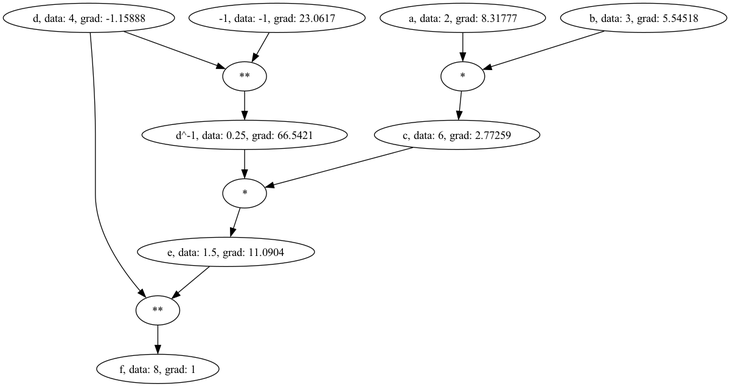
The Graphviz diagram graphs/graph_double3.png in jeffreywolberg/microgradCpp, before a commit. Its source is kept beside it as graphs/graph_double3.dot.
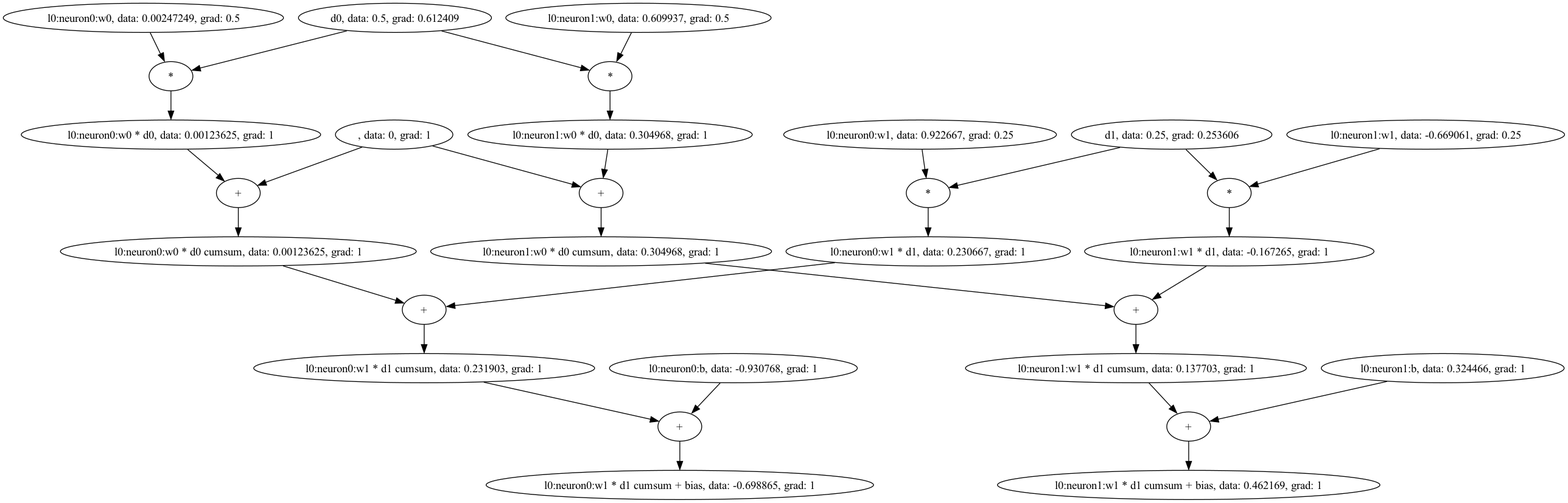
The same file after the commit.

Commit message:
Neuron and Layer full implemented, visualization working

What changed in the source:
```diff
@@ -1,27 +1,65 @@
 digraph DAG {
-    "d, data: 4, grad: -1.15888";
-    "a, data: 2, grad: 8.31777";
-    "b, data: 3, grad: 5.54518";
-    "c, data: 6, grad: 2.77259";
-    "c:*" [label="*"];
-    "-1, data: -1, grad: 23.0617";
-    "d^-1, data: 0.25, grad: 66.5421";
-    "d^-1:**" [label="**"];
-    "e, data: 1.5, grad: 11.0904";
-    "e:*" [label="*"];
-    "f, data: 8, grad: 1";
-    "f:**" [label="**"];
+    ", data: 0, grad: 1";
+    "l0:neuron0:w0, data: 0.00247249, grad: 0.5";
+    "d0, data: 0.5, grad: 0.612409";
+    "l0:neuron0:w0 * d0, data: 0.00123625, grad: 1";
+    "l0:neuron0:w0 * d0:*" [label="*"];
+    "l0:neuron0:w0 * d0 cumsum, data: 0.00123625, grad: 1";
+    "l0:neuron0:w0 * d0 cumsum:+" [label="+"];
+    "l0:neuron0:w1, data: 0.922667, grad: 0.25";
+    "d1, data: 0.25, grad: 0.253606";
+    "l0:neuron0:w1 * d1, data: 0.230667, grad: 1";
+    "l0:neuron0:w1 * d1:*" [label="*"];
+    "l0:neuron0:w1 * d1 cumsum, data: 0.231903, grad: 1";
+    "l0:neuron0:w1 * d1 cumsum:+" [label="+"];
+    "l0:neuron0:b, data: -0.930768, grad: 1";
+    "l0:neuron0:w1 * d1 cumsum + bias, data: -0.698865, grad: 1";
+    "l0:neuron0:w1 * d1 cumsum + bias:+" [label="+"];
+    ", data: 0, grad: 1";
+    "l0:neuron1:w0, data: 0.609937, grad: 0.5";
+    "d0, data: 0.5, grad: 0.612409";
+    "l0:neuron1:w0 * d0, data: 0.304968, grad: 1";
+    "l0:neuron1:w0 * d0:*" [label="*"];
+    "l0:neuron1:w0 * d0 cumsum, data: 0.304968, grad: 1";
+    "l0:neuron1:w0 * d0 cumsum:+" [label="+"];
+    "l0:neuron1:w1, data: -0.669061, grad: 0.25";
+    "d1, data: 0.25, grad: 0.253606";
+    "l0:neuron1:w1 * d1, data: -0.167265, grad: 1";
+    "l0:neuron1:w1 * d1:*" [label="*"];
+    "l0:neuron1:w1 * d1 cumsum, data: 0.137703, grad: 1";
+    "l0:neuron1:w1 * d1 cumsum:+" [label="+"];
+    "l0:neuron1:b, data: 0.324466, grad: 1";
+    "l0:neuron1:w1 * d1 cumsum + bias, data: 0.462169, grad: 1";
+    "l0:neuron1:w1 * d1 cumsum + bias:+" [label="+"];
 
-    "d, data: 4, grad: -1.15888" -> "f:**";
-    "a, data: 2, grad: 8.31777" -> "c:*";
-    "b, data: 3, grad: 5.54518" -> "c:*";
-    "c:*" -> "c, data: 6, grad: 2.77259";
-    "c, data: 6, grad: 2.77259" -> "e:*";
-    "d, data: 4, grad: -1.15888" -> "d^-1:**";
-    "-1, data: -1, grad: 23.0617" -> "d^-1:**";
-    "d^-1:**" -> "d^-1, data: 0.25, grad: 66.5421";
-    "d^-1, data: 0.25, grad: 66.5421" -> "e:*";
-    "e:*" -> "e, data: 1.5, grad: 11.0904";
-    "e, data: 1.5, grad: 11.0904" -> "f:**";
-    "f:**" -> "f, data: 8, grad: 1";
+    ", data: 0, grad: 1" -> "l0:neuron0:w0 * d0 cumsum:+";
+    "l0:neuron0:w0, data: 0.00247249, grad: 0.5" -> "l0:neuron0:w0 * d0:*";
+    "d0, data: 0.5, grad: 0.612409" -> "l0:neuron0:w0 * d0:*";
+    "l0:neuron0:w0 * d0:*" -> "l0:neuron0:w0 * d0, data: 0.00123625, grad: 1";
+    "l0:neuron0:w0 * d0, data: 0.00123625, grad: 1" -> "l0:neuron0:w0 * d0 cumsum:+";
+    "l0:neuron0:w0 * d0 cumsum:+" -> "l0:neuron0:w0 * d0 cumsum, data: 0.00123625, grad: 1";
+    "l0:neuron0:w0 * d0 cumsum, data: 0.00123625, grad: 1" -> "l0:neuron0:w1 * d1 cumsum:+";
+    "l0:neuron0:w1, data: 0.922667, grad: 0.25" -> "l0:neuron0:w1 * d1:*";
+    "d1, data: 0.25, grad: 0.253606" -> "l0:neuron0:w1 * d1:*";
+    "l0:neuron0:w1 * d1:*" -> "l0:neuron0:w1 * d1, data: 0.230667, grad: 1";
+    "l0:neuron0:w1 * d1, data: 0.230667, grad: 1" -> "l0:neuron0:w1 * d1 cumsum:+";
+    "l0:neuron0:w1 * d1 cumsum:+" -> "l0:neuron0:w1 * d1 cumsum, data: 0.231903, grad: 1";
+    "l0:neuron0:w1 * d1 cumsum, data: 0.231903, grad: 1" -> "l0:neuron0:w1 * d1 cumsum + bias:+";
+    "l0:neuron0:b, data: -0.930768, grad: 1" -> "l0:neuron0:w1 * d1 cumsum + bias:+";
+    "l0:neuron0:w1 * d1 cumsum + bias:+" -> "l0:neuron0:w1 * d1 cumsum + bias, data: -0.698865, grad: 1";
+    ", data: 0, grad: 1" -> "l0:neuron1:w0 * d0 cumsum:+";
+    "l0:neuron1:w0, data: 0.609937, grad: 0.5" -> "l0:neuron1:w0 * d0:*";
+    "d0, data: 0.5, grad: 0.612409" -> "l0:neuron1:w0 * d0:*";
+    "l0:neuron1:w0 * d0:*" -> "l0:neuron1:w0 * d0, data: 0.304968, grad: 1";
+    "l0:neuron1:w0 * d0, data: 0.304968, grad: 1" -> "l0:neuron1:w0 * d0 cumsum:+";
+    "l0:neuron1:w0 * d0 cumsum:+" -> "l0:neuron1:w0 * d0 cumsum, data: 0.304968, grad: 1";
+    "l0:neuron1:w0 * d0 cumsum, data: 0.304968, grad: 1" -> "l0:neuron1:w1 * d1 cumsum:+";
+    "l0:neuron1:w1, data: -0.669061, grad: 0.25" -> "l0:neuron1:w1 * d1:*";
+    "d1, data: 0.25, grad: 0.253606" -> "l0:neuron1:w1 * d1:*";
+    "l0:neuron1:w1 * d1:*" -> "l0:neuron1:w1 * d1, data: -0.167265, grad: 1";
+    "l0:neuron1:w1 * d1, data: -0.167265, grad: 1" -> "l0:neuron1:w1 * d1 cumsum:+";
+    "l0:neuron1:w1 * d1 cumsum:+" -> "l0:neuron1:w1 * d1 cumsum, data: 0.137703, grad: 1";
+    "l0:neuron1:w1 * d1 cumsum, data: 0.137703, grad: 1" -> "l0:neuron1:w1 * d1 cumsum + bias:+";
+    "l0:neuron1:b, data: 0.324466, grad: 1" -> "l0:neuron1:w1 * d1 cumsum + bias:+";
+    "l0:neuron1:w1 * d1 cumsum + bias:+" -> "l0:neuron1:w1 * d1 cumsum + bias, data: 0.462169, grad: 1";
 }
```
